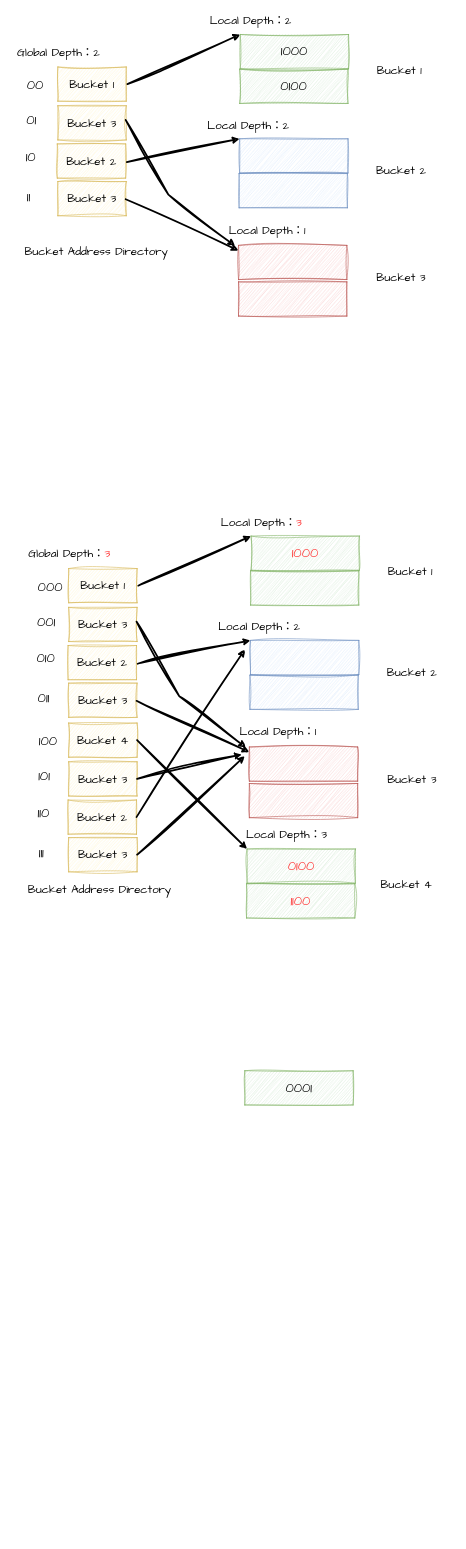
Above: blog.drawio in juruo-c/DrawIo (draw.io), before the change. Source tidied: cells renumbered, new cells numbered last; positions are measured from the earlier drawing's top-left corner, leaving out a move shared by most shapes. Both pictures are drawn from the tidied source at 57%, with x=0, y=0 at pixel (10, 10).
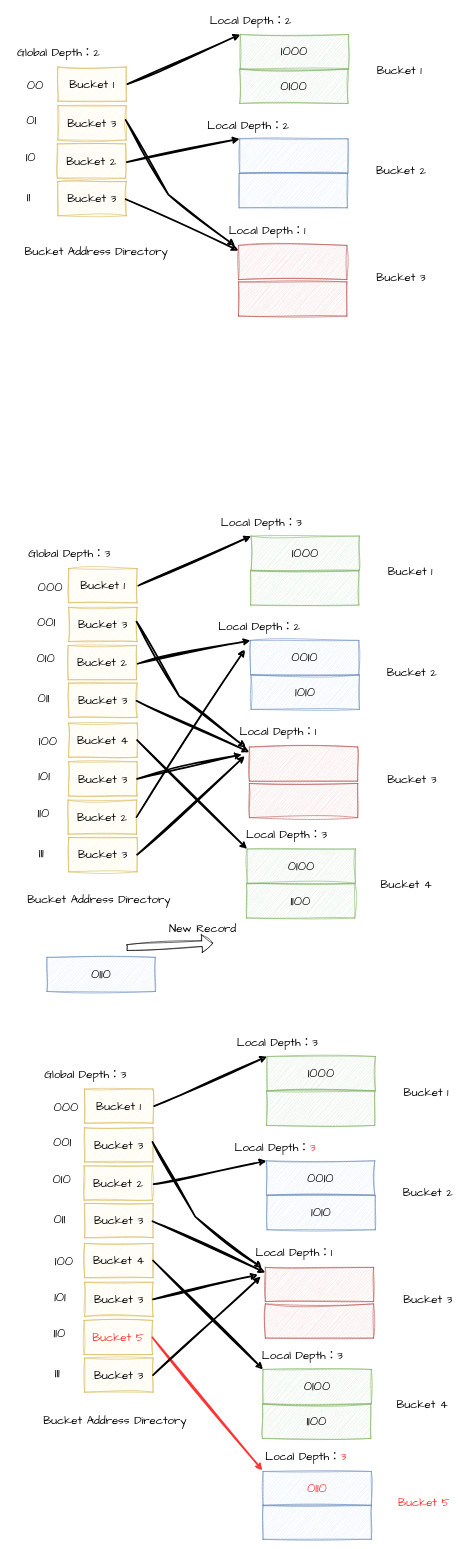
After the change.

The edit, as a diff of the source:
```diff
@@
-    <mxCell id="6" value="&lt;span style=&quot;font-size: 23px;&quot;&gt;&lt;font color=&quot;#ff3333&quot;&gt;1000&lt;/font&gt;&lt;/span&gt;" style="rounded=0;whiteSpace=wrap;html=1;sketch=1;curveFitting=1;jiggle=2;fontFamily=Comic Sans MS;fillColor=#d5e8d4;strokeColor=#82b366;" parent="1" vertex="1">
+    <mxCell id="6" value="&lt;span style=&quot;font-size: 23px;&quot;&gt;1000&lt;/span&gt;" style="rounded=0;whiteSpace=wrap;html=1;sketch=1;curveFitting=1;jiggle=2;fontFamily=Comic Sans MS;fillColor=#d5e8d4;strokeColor=#82b366;" parent="1" vertex="1">
       <mxGeometry x="423" y="923" width="190" height="60" as="geometry" />
     </mxCell>
@@
-    <mxCell id="9" style="rounded=0;whiteSpace=wrap;html=1;sketch=1;curveFitting=1;jiggle=2;fontFamily=Comic Sans MS;fillColor=#dae8fc;strokeColor=#6c8ebf;" parent="1" vertex="1">
+    <mxCell id="9" value="&lt;font style=&quot;font-size: 23px;&quot;&gt;0010&lt;/font&gt;" style="rounded=0;whiteSpace=wrap;html=1;sketch=1;curveFitting=1;jiggle=2;fontFamily=Comic Sans MS;fillColor=#dae8fc;strokeColor=#6c8ebf;fontSize=23;" parent="1" vertex="1">
       <mxGeometry x="422" y="1106" width="190" height="60" as="geometry" />
     </mxCell>
-    <mxCell id="10" style="rounded=0;whiteSpace=wrap;html=1;sketch=1;curveFitting=1;jiggle=2;fontFamily=Comic Sans MS;fillColor=#dae8fc;strokeColor=#6c8ebf;" parent="1" vertex="1">
-      <mxGeometry x="421" y="1167" width="190" height="60" as="geometry" />
+    <mxCell id="10" value="1010" style="rounded=0;whiteSpace=wrap;html=1;sketch=1;curveFitting=1;jiggle=2;fontFamily=Comic Sans MS;fillColor=#dae8fc;strokeColor=#6c8ebf;fontSize=23;" parent="1" vertex="1">
+      <mxGeometry x="423" y="1167" width="190" height="60" as="geometry" />
     </mxCell>
-    <mxCell id="11" value="&lt;font style=&quot;font-size: 20px;&quot;&gt;Global Depth：&lt;font color=&quot;#ff3333&quot;&gt;3&lt;/font&gt;&lt;/font&gt;" style="text;html=1;align=center;verticalAlign=middle;strokeColor=none;fillColor=none;fontFamily=Comic Sans MS;" parent="1" vertex="1">
+    <mxCell id="11" value="&lt;font style=&quot;font-size: 20px;&quot;&gt;Global Depth：3&lt;/font&gt;" style="text;html=1;align=center;verticalAlign=middle;strokeColor=none;fillColor=none;fontFamily=Comic Sans MS;" parent="1" vertex="1">
       <mxGeometry x="19" y="936" width="170" height="36" as="geometry" />
     </mxCell>
@@
-    <mxCell id="13" value="&lt;font style=&quot;font-size: 20px;&quot;&gt;Local Depth：&lt;font color=&quot;#ff3333&quot;&gt;3&lt;/font&gt;&lt;/font&gt;" style="text;html=1;align=center;verticalAlign=middle;strokeColor=none;fillColor=none;fontFamily=Comic Sans MS;" parent="1" vertex="1">
+    <mxCell id="13" value="&lt;font style=&quot;font-size: 20px;&quot;&gt;Local Depth：3&lt;/font&gt;" style="text;html=1;align=center;verticalAlign=middle;strokeColor=none;fillColor=none;fontFamily=Comic Sans MS;" parent="1" vertex="1">
       <mxGeometry x="360" y="880" width="161" height="36" as="geometry" />
     </mxCell>
@@
     <mxCell id="23" value="&lt;font style=&quot;font-size: 20px;&quot;&gt;Bucket Address Directory&lt;/font&gt;" style="text;html=1;align=center;verticalAlign=middle;strokeColor=none;fillColor=none;fontFamily=Comic Sans MS;" parent="1" vertex="1">
-      <mxGeometry x="25" y="1525" width="263" height="36" as="geometry" />
+      <mxGeometry x="24" y="1543" width="263" height="36" as="geometry" />
     </mxCell>
@@
-    <mxCell id="28" value="&lt;font&gt;&lt;span style=&quot;font-size: 23px;&quot;&gt;0001&lt;/span&gt;&lt;/font&gt;" style="rounded=0;whiteSpace=wrap;html=1;sketch=1;curveFitting=1;jiggle=2;fontFamily=Comic Sans MS;fillColor=#d5e8d4;strokeColor=#82b366;" parent="1" vertex="1">
-      <mxGeometry x="412" y="1861" width="190" height="60" as="geometry" />
-    </mxCell>
@@
-    <mxCell id="37" value="&lt;font color=&quot;#ff3333&quot;&gt;0100&lt;/font&gt;" style="rounded=0;whiteSpace=wrap;html=1;sketch=1;curveFitting=1;jiggle=2;fontFamily=Comic Sans MS;fillColor=#d5e8d4;strokeColor=#82b366;fontSize=23;" parent="1" vertex="1">
+    <mxCell id="37" value="0100" style="rounded=0;whiteSpace=wrap;html=1;sketch=1;curveFitting=1;jiggle=2;fontFamily=Comic Sans MS;fillColor=#d5e8d4;strokeColor=#82b366;fontSize=23;" parent="1" vertex="1">
       <mxGeometry x="416" y="1472" width="190" height="60" as="geometry" />
     </mxCell>
-    <mxCell id="38" value="&lt;font color=&quot;#ff3333&quot;&gt;1100&lt;/font&gt;" style="rounded=0;whiteSpace=wrap;html=1;sketch=1;curveFitting=1;jiggle=2;fontFamily=Comic Sans MS;fillColor=#d5e8d4;strokeColor=#82b366;fontSize=23;" parent="1" vertex="1">
+    <mxCell id="38" value="1100" style="rounded=0;whiteSpace=wrap;html=1;sketch=1;curveFitting=1;jiggle=2;fontFamily=Comic Sans MS;fillColor=#d5e8d4;strokeColor=#82b366;fontSize=23;" parent="1" vertex="1">
       <mxGeometry x="415" y="1533" width="190" height="60" as="geometry" />
     </mxCell>
@@
+    <mxCell id="71" value="0110" style="rounded=0;whiteSpace=wrap;html=1;sketch=1;curveFitting=1;jiggle=2;fontFamily=Comic Sans MS;fillColor=#dae8fc;strokeColor=#6c8ebf;fontSize=23;" parent="1" vertex="1">
+      <mxGeometry x="65" y="1662" width="190" height="60" as="geometry" />
+    </mxCell>
+    <mxCell id="72" style="shape=flexArrow;endArrow=classic;html=1;rounded=0;sketch=1;curveFitting=1;jiggle=2;" parent="1" edge="1">
+      <mxGeometry relative="1" as="geometry">
+        <mxPoint x="205" y="1645" as="sourcePoint" />
+        <mxPoint x="356" y="1637" as="targetPoint" />
+      </mxGeometry>
+    </mxCell>
+    <mxCell id="73" value="&lt;font style=&quot;font-size: 20px;&quot;&gt;New Record&lt;/font&gt;" style="text;html=1;align=center;verticalAlign=middle;strokeColor=none;fillColor=none;fontFamily=Comic Sans MS;" parent="1" vertex="1">
+      <mxGeometry x="273" y="1593" width="130" height="36" as="geometry" />
+    </mxCell>
+    <mxCell id="74" value="Bucket 1" style="rounded=0;whiteSpace=wrap;html=1;sketch=1;curveFitting=1;jiggle=2;fontFamily=Comic Sans MS;fillColor=#fff2cc;strokeColor=#d6b656;fontSize=20;" parent="1" vertex="1">
+      <mxGeometry x="131" y="1893" width="120" height="60" as="geometry" />
+    </mxCell>
+    <mxCell id="75" value="Bucket 3" style="rounded=0;whiteSpace=wrap;html=1;sketch=1;curveFitting=1;jiggle=2;fontFamily=Comic Sans MS;fillColor=#fff2cc;strokeColor=#d6b656;fontSize=20;" parent="1" vertex="1">
+      <mxGeometry x="131" y="1961" width="120" height="60" as="geometry" />
+    </mxCell>
+    <mxCell id="76" value="Bucket 2" style="rounded=0;whiteSpace=wrap;html=1;sketch=1;curveFitting=1;jiggle=2;fontFamily=Comic Sans MS;fillColor=#fff2cc;strokeColor=#d6b656;fontSize=20;" parent="1" vertex="1">
+      <mxGeometry x="130" y="2028" width="120" height="60" as="geometry" />
+    </mxCell>
+    <mxCell id="77" value="Bucket 3" style="rounded=0;whiteSpace=wrap;html=1;sketch=1;curveFitting=1;jiggle=2;fontFamily=Comic Sans MS;fillColor=#fff2cc;strokeColor=#d6b656;fontSize=20;" parent="1" vertex="1">
+      <mxGeometry x="131" y="2094" width="120" height="60" as="geometry" />
+    </mxCell>
+    <mxCell id="78" value="&lt;span style=&quot;font-size: 23px;&quot;&gt;1000&lt;/span&gt;" style="rounded=0;whiteSpace=wrap;html=1;sketch=1;curveFitting=1;jiggle=2;fontFamily=Comic Sans MS;fillColor=#d5e8d4;strokeColor=#82b366;" parent="1" vertex="1">
+      <mxGeometry x="451" y="1836" width="190" height="60" as="geometry" />
+    </mxCell>
+    <mxCell id="79" style="rounded=0;whiteSpace=wrap;html=1;sketch=1;curveFitting=1;jiggle=2;fontFamily=Comic Sans MS;fillColor=#f8cecc;strokeColor=#b85450;" parent="1" vertex="1">
+      <mxGeometry x="448" y="2206" width="190" height="60" as="geometry" />
+    </mxCell>
+    <mxCell id="80" style="rounded=0;whiteSpace=wrap;html=1;sketch=1;curveFitting=1;jiggle=2;fontFamily=Comic Sans MS;fillColor=#d5e8d4;strokeColor=#82b366;" parent="1" vertex="1">
+      <mxGeometry x="450" y="1897" width="190" height="60" as="geometry" />
+    </mxCell>
+    <mxCell id="81" value="&lt;font style=&quot;font-size: 23px;&quot;&gt;0010&lt;/font&gt;" style="rounded=0;whiteSpace=wrap;html=1;sketch=1;curveFitting=1;jiggle=2;fontFamily=Comic Sans MS;fillColor=#dae8fc;strokeColor=#6c8ebf;fontSize=23;" parent="1" vertex="1">
+      <mxGeometry x="450" y="2019" width="190" height="60" as="geometry" />
+    </mxCell>
+    <mxCell id="82" value="1010" style="rounded=0;whiteSpace=wrap;html=1;sketch=1;curveFitting=1;jiggle=2;fontFamily=Comic Sans MS;fillColor=#dae8fc;strokeColor=#6c8ebf;fontSize=23;" parent="1" vertex="1">
+      <mxGeometry x="451" y="2080" width="190" height="60" as="geometry" />
+    </mxCell>
+    <mxCell id="83" value="&lt;font style=&quot;font-size: 20px;&quot;&gt;Global Depth：3&lt;/font&gt;" style="text;html=1;align=center;verticalAlign=middle;strokeColor=none;fillColor=none;fontFamily=Comic Sans MS;" parent="1" vertex="1">
+      <mxGeometry x="47" y="1849" width="170" height="36" as="geometry" />
+    </mxCell>
+    <mxCell id="84" style="rounded=0;whiteSpace=wrap;html=1;sketch=1;curveFitting=1;jiggle=2;fontFamily=Comic Sans MS;fillColor=#f8cecc;strokeColor=#b85450;" parent="1" vertex="1">
+      <mxGeometry x="448" y="2270" width="190" height="60" as="geometry" />
+    </mxCell>
+    <mxCell id="85" value="&lt;font style=&quot;font-size: 20px;&quot;&gt;Local Depth：3&lt;/font&gt;" style="text;html=1;align=center;verticalAlign=middle;strokeColor=none;fillColor=none;fontFamily=Comic Sans MS;" parent="1" vertex="1">
+      <mxGeometry x="388" y="1793" width="161" height="36" as="geometry" />
+    </mxCell>
+    <mxCell id="86" value="&lt;font style=&quot;font-size: 20px;&quot;&gt;Local Depth：&lt;font color=&quot;#ff3333&quot;&gt;3&lt;/font&gt;&lt;/font&gt;" style="text;html=1;align=center;verticalAlign=middle;strokeColor=none;fillColor=none;fontFamily=Comic Sans MS;" parent="1" vertex="1">
+      <mxGeometry x="384" y="1977" width="161" height="36" as="geometry" />
+    </mxCell>
+    <mxCell id="87" value="&lt;font style=&quot;font-size: 20px;&quot;&gt;Local Depth：1&lt;/font&gt;" style="text;html=1;align=center;verticalAlign=middle;strokeColor=none;fillColor=none;fontFamily=Comic Sans MS;" parent="1" vertex="1">
+      <mxGeometry x="419" y="2161" width="158" height="36" as="geometry" />
+    </mxCell>
+    <mxCell id="88" style="endArrow=classic;html=1;rounded=0;sketch=1;curveFitting=1;jiggle=2;entryX=0;entryY=0;entryDx=0;entryDy=0;strokeWidth=3;" parent="1" edge="1" target="78">
+      <mxGeometry relative="1" as="geometry">
+        <mxPoint x="253" y="1923" as="sourcePoint" />
+      </mxGeometry>
+    </mxCell>
+    <mxCell id="89" style="endArrow=classic;html=1;rounded=0;sketch=1;curveFitting=1;jiggle=2;entryX=-0.032;entryY=0.017;entryDx=0;entryDy=0;strokeWidth=3;entryPerimeter=0;" parent="1" edge="1" target="79">
+      <mxGeometry relative="1" as="geometry">
+        <mxPoint x="250" y="1986" as="sourcePoint" />
+        <Array as="points">
+          <mxPoint x="325" y="2117" />
+        </Array>
+      </mxGeometry>
+    </mxCell>
+    <mxCell id="90" style="endArrow=classic;html=1;rounded=0;sketch=1;curveFitting=1;jiggle=2;entryX=0;entryY=0;entryDx=0;entryDy=0;strokeWidth=3;" parent="1" edge="1" target="81">
+      <mxGeometry relative="1" as="geometry">
+        <mxPoint x="252" y="2060" as="sourcePoint" />
+      </mxGeometry>
+    </mxCell>
+    <mxCell id="91" style="endArrow=classic;html=1;rounded=0;sketch=1;curveFitting=1;jiggle=2;strokeWidth=3;entryX=0;entryY=0.15;entryDx=0;entryDy=0;entryPerimeter=0;" parent="1" edge="1" target="79">
+      <mxGeometry relative="1" as="geometry">
+        <mxPoint x="250" y="2125" as="sourcePoint" />
+      </mxGeometry>
+    </mxCell>
+    <mxCell id="92" value="&lt;font style=&quot;font-size: 20px;&quot;&gt;Bucket 1&lt;/font&gt;" style="text;html=1;align=center;verticalAlign=middle;strokeColor=none;fillColor=none;fontFamily=Comic Sans MS;" parent="1" vertex="1">
+      <mxGeometry x="681" y="1880" width="97" height="36" as="geometry" />
+    </mxCell>
+    <mxCell id="93" value="&lt;font style=&quot;font-size: 20px;&quot;&gt;Bucket 2&lt;/font&gt;" style="text;html=1;align=center;verticalAlign=middle;strokeColor=none;fillColor=none;fontFamily=Comic Sans MS;" parent="1" vertex="1">
+      <mxGeometry x="682" y="2057" width="101" height="36" as="geometry" />
+    </mxCell>
+    <mxCell id="94" value="&lt;font style=&quot;font-size: 20px;&quot;&gt;Bucket 3&lt;/font&gt;" style="text;html=1;align=center;verticalAlign=middle;strokeColor=none;fillColor=none;fontFamily=Comic Sans MS;" parent="1" vertex="1">
+      <mxGeometry x="682" y="2244" width="101" height="36" as="geometry" />
+    </mxCell>
+    <mxCell id="95" value="&lt;font style=&quot;font-size: 20px;&quot;&gt;Bucket Address Directory&lt;/font&gt;" style="text;html=1;align=center;verticalAlign=middle;strokeColor=none;fillColor=none;fontFamily=Comic Sans MS;" parent="1" vertex="1">
+      <mxGeometry x="52" y="2456" width="263" height="36" as="geometry" />
+    </mxCell>
+    <mxCell id="96" value="&lt;span style=&quot;color: rgb(0, 0, 0); font-family: &amp;quot;Comic Sans MS&amp;quot;; font-size: 23px; font-style: normal; font-variant-ligatures: normal; font-variant-caps: normal; font-weight: 400; letter-spacing: normal; orphans: 2; text-align: center; text-indent: 0px; text-transform: none; widows: 2; word-spacing: 0px; -webkit-text-stroke-width: 0px; background-color: rgb(255, 255, 255); text-decoration-thickness: initial; text-decoration-style: initial; text-decoration-color: initial; float: none; display: inline !important;&quot;&gt;000&lt;/span&gt;" style="text;whiteSpace=wrap;html=1;" parent="1" vertex="1">
+      <mxGeometry x="75" y="1905" width="56" height="50" as="geometry" />
+    </mxCell>
+    <mxCell id="97" value="&lt;span style=&quot;color: rgb(0, 0, 0); font-family: &amp;quot;Comic Sans MS&amp;quot;; font-size: 23px; font-style: normal; font-variant-ligatures: normal; font-variant-caps: normal; font-weight: 400; letter-spacing: normal; orphans: 2; text-align: center; text-indent: 0px; text-transform: none; widows: 2; word-spacing: 0px; -webkit-text-stroke-width: 0px; background-color: rgb(255, 255, 255); text-decoration-thickness: initial; text-decoration-style: initial; text-decoration-color: initial; float: none; display: inline !important;&quot;&gt;001&lt;/span&gt;" style="text;whiteSpace=wrap;html=1;" parent="1" vertex="1">
+      <mxGeometry x="74" y="1967" width="52" height="50" as="geometry" />
+    </mxCell>
+    <mxCell id="98" value="&lt;span style=&quot;color: rgb(0, 0, 0); font-family: &amp;quot;Comic Sans MS&amp;quot;; font-size: 23px; font-style: normal; font-variant-ligatures: normal; font-variant-caps: normal; font-weight: 400; letter-spacing: normal; orphans: 2; text-align: center; text-indent: 0px; text-transform: none; widows: 2; word-spacing: 0px; -webkit-text-stroke-width: 0px; background-color: rgb(255, 255, 255); text-decoration-thickness: initial; text-decoration-style: initial; text-decoration-color: initial; float: none; display: inline !important;&quot;&gt;010&lt;/span&gt;" style="text;whiteSpace=wrap;html=1;" parent="1" vertex="1">
+      <mxGeometry x="73" y="2031" width="52" height="50" as="geometry" />
+    </mxCell>
+    <mxCell id="99" value="&lt;span style=&quot;color: rgb(0, 0, 0); font-family: &amp;quot;Comic Sans MS&amp;quot;; font-size: 23px; font-style: normal; font-variant-ligatures: normal; font-variant-caps: normal; font-weight: 400; letter-spacing: normal; orphans: 2; text-align: center; text-indent: 0px; text-transform: none; widows: 2; word-spacing: 0px; -webkit-text-stroke-width: 0px; background-color: rgb(255, 255, 255); text-decoration-thickness: initial; text-decoration-style: initial; text-decoration-color: initial; float: none; display: inline !important;&quot;&gt;011&lt;/span&gt;" style="text;whiteSpace=wrap;html=1;" parent="1" vertex="1">
+      <mxGeometry x="75" y="2101" width="49" height="50" as="geometry" />
+    </mxCell>
+    <mxCell id="100" value="Bucket 4" style="rounded=0;whiteSpace=wrap;html=1;sketch=1;curveFitting=1;jiggle=2;fontFamily=Comic Sans MS;fillColor=#fff2cc;strokeColor=#d6b656;fontSize=20;" parent="1" vertex="1">
+      <mxGeometry x="131" y="2164" width="120" height="60" as="geometry" />
+    </mxCell>
+    <mxCell id="101" value="Bucket 3" style="rounded=0;whiteSpace=wrap;html=1;sketch=1;curveFitting=1;jiggle=2;fontFamily=Comic Sans MS;fillColor=#fff2cc;strokeColor=#d6b656;fontSize=20;" parent="1" vertex="1">
+      <mxGeometry x="131" y="2232" width="120" height="60" as="geometry" />
+    </mxCell>
+    <mxCell id="102" value="&lt;font color=&quot;#ff3333&quot;&gt;Bucket 5&lt;/font&gt;" style="rounded=0;whiteSpace=wrap;html=1;sketch=1;curveFitting=1;jiggle=2;fontFamily=Comic Sans MS;fillColor=#fff2cc;strokeColor=#d6b656;fontSize=20;" parent="1" vertex="1">
+      <mxGeometry x="130" y="2299" width="120" height="60" as="geometry" />
+    </mxCell>
+    <mxCell id="103" value="Bucket 3" style="rounded=0;whiteSpace=wrap;html=1;sketch=1;curveFitting=1;jiggle=2;fontFamily=Comic Sans MS;fillColor=#fff2cc;strokeColor=#d6b656;fontSize=20;" parent="1" vertex="1">
+      <mxGeometry x="131" y="2365" width="120" height="60" as="geometry" />
+    </mxCell>
+    <mxCell id="104" value="&lt;span style=&quot;color: rgb(0, 0, 0); font-family: &amp;quot;Comic Sans MS&amp;quot;; font-size: 23px; font-style: normal; font-variant-ligatures: normal; font-variant-caps: normal; font-weight: 400; letter-spacing: normal; orphans: 2; text-align: center; text-indent: 0px; text-transform: none; widows: 2; word-spacing: 0px; -webkit-text-stroke-width: 0px; background-color: rgb(255, 255, 255); text-decoration-thickness: initial; text-decoration-style: initial; text-decoration-color: initial; float: none; display: inline !important;&quot;&gt;100&lt;/span&gt;" style="text;whiteSpace=wrap;html=1;" parent="1" vertex="1">
+      <mxGeometry x="77" y="2176" width="56" height="50" as="geometry" />
+    </mxCell>
+    <mxCell id="105" value="&lt;span style=&quot;color: rgb(0, 0, 0); font-family: &amp;quot;Comic Sans MS&amp;quot;; font-size: 23px; font-style: normal; font-variant-ligatures: normal; font-variant-caps: normal; font-weight: 400; letter-spacing: normal; orphans: 2; text-align: center; text-indent: 0px; text-transform: none; widows: 2; word-spacing: 0px; -webkit-text-stroke-width: 0px; background-color: rgb(255, 255, 255); text-decoration-thickness: initial; text-decoration-style: initial; text-decoration-color: initial; float: none; display: inline !important;&quot;&gt;101&lt;/span&gt;" style="text;whiteSpace=wrap;html=1;" parent="1" vertex="1">
+      <mxGeometry x="76" y="2238" width="52" height="50" as="geometry" />
+    </mxCell>
+    <mxCell id="106" value="&lt;span style=&quot;color: rgb(0, 0, 0); font-family: &amp;quot;Comic Sans MS&amp;quot;; font-size: 23px; font-style: normal; font-variant-ligatures: normal; font-variant-caps: normal; font-weight: 400; letter-spacing: normal; orphans: 2; text-align: center; text-indent: 0px; text-transform: none; widows: 2; word-spacing: 0px; -webkit-text-stroke-width: 0px; background-color: rgb(255, 255, 255); text-decoration-thickness: initial; text-decoration-style: initial; text-decoration-color: initial; float: none; display: inline !important;&quot;&gt;110&lt;/span&gt;" style="text;whiteSpace=wrap;html=1;" parent="1" vertex="1">
+      <mxGeometry x="75" y="2302" width="52" height="50" as="geometry" />
+    </mxCell>
+    <mxCell id="107" value="&lt;span style=&quot;color: rgb(0, 0, 0); font-family: &amp;quot;Comic Sans MS&amp;quot;; font-size: 23px; font-style: normal; font-variant-ligatures: normal; font-variant-caps: normal; font-weight: 400; letter-spacing: normal; orphans: 2; text-align: center; text-indent: 0px; text-transform: none; widows: 2; word-spacing: 0px; -webkit-text-stroke-width: 0px; background-color: rgb(255, 255, 255); text-decoration-thickness: initial; text-decoration-style: initial; text-decoration-color: initial; float: none; display: inline !important;&quot;&gt;111&lt;/span&gt;" style="text;whiteSpace=wrap;html=1;" parent="1" vertex="1">
+      <mxGeometry x="77" y="2372" width="49" height="50" as="geometry" />
+    </mxCell>
+    <mxCell id="108" value="0100" style="rounded=0;whiteSpace=wrap;html=1;sketch=1;curveFitting=1;jiggle=2;fontFamily=Comic Sans MS;fillColor=#d5e8d4;strokeColor=#82b366;fontSize=23;" parent="1" vertex="1">
+      <mxGeometry x="444" y="2385" width="190" height="60" as="geometry" />
+    </mxCell>
+    <mxCell id="109" value="1100" style="rounded=0;whiteSpace=wrap;html=1;sketch=1;curveFitting=1;jiggle=2;fontFamily=Comic Sans MS;fillColor=#d5e8d4;strokeColor=#82b366;fontSize=23;" parent="1" vertex="1">
+      <mxGeometry x="443" y="2446" width="190" height="60" as="geometry" />
+    </mxCell>
+    <mxCell id="110" value="&lt;font style=&quot;font-size: 20px;&quot;&gt;Local Depth：3&lt;/font&gt;" style="text;html=1;align=center;verticalAlign=middle;strokeColor=none;fillColor=none;fontFamily=Comic Sans MS;" parent="1" vertex="1">
+      <mxGeometry x="432" y="2342" width="161" height="36" as="geometry" />
+    </mxCell>
+    <mxCell id="111" value="&lt;font style=&quot;font-size: 20px;&quot;&gt;Bucket 4&lt;/font&gt;" style="text;html=1;align=center;verticalAlign=middle;strokeColor=none;fillColor=none;fontFamily=Comic Sans MS;" parent="1" vertex="1">
+      <mxGeometry x="672" y="2429" width="101" height="36" as="geometry" />
+    </mxCell>
+    <mxCell id="112" style="endArrow=classic;html=1;rounded=0;sketch=1;curveFitting=1;jiggle=2;strokeWidth=3;exitX=1;exitY=0.5;exitDx=0;exitDy=0;entryX=0;entryY=0;entryDx=0;entryDy=0;strokeColor=#FF3333;" parent="1" edge="1" source="102">
+      <mxGeometry relative="1" as="geometry">
+        <mxPoint x="443" y="2562" as="targetPoint" />
+      </mxGeometry>
+    </mxCell>
+    <mxCell id="113" style="endArrow=classic;html=1;rounded=0;sketch=1;curveFitting=1;jiggle=2;strokeWidth=3;exitX=1;exitY=0.5;exitDx=0;exitDy=0;" parent="1" edge="1" source="103">
+      <mxGeometry relative="1" as="geometry">
+        <mxPoint x="440" y="2222" as="targetPoint" />
+      </mxGeometry>
+    </mxCell>
+    <mxCell id="114" style="endArrow=classic;html=1;rounded=0;sketch=1;curveFitting=1;jiggle=2;strokeWidth=3;exitX=1;exitY=0.5;exitDx=0;exitDy=0;" parent="1" edge="1" source="101">
+      <mxGeometry relative="1" as="geometry">
+        <mxPoint x="435" y="2219" as="targetPoint" />
+      </mxGeometry>
+    </mxCell>
+    <mxCell id="115" style="endArrow=classic;html=1;rounded=0;sketch=1;curveFitting=1;jiggle=2;strokeWidth=3;entryX=0;entryY=0;entryDx=0;entryDy=0;exitX=1;exitY=0.5;exitDx=0;exitDy=0;" parent="1" edge="1" source="100" target="108">
+      <mxGeometry relative="1" as="geometry" />
+    </mxCell>
+    <mxCell id="116" style="rounded=0;whiteSpace=wrap;html=1;sketch=1;curveFitting=1;jiggle=2;fontFamily=Comic Sans MS;fillColor=#dae8fc;strokeColor=#6c8ebf;fontSize=23;" parent="1" vertex="1">
+      <mxGeometry x="444" y="2623" width="190" height="60" as="geometry" />
+    </mxCell>
+    <mxCell id="117" value="&lt;font style=&quot;font-size: 20px;&quot;&gt;Local Depth：&lt;font color=&quot;#ff3333&quot;&gt;3&lt;/font&gt;&lt;/font&gt;" style="text;html=1;align=center;verticalAlign=middle;strokeColor=none;fillColor=none;fontFamily=Comic Sans MS;" parent="1" vertex="1">
+      <mxGeometry x="438" y="2519" width="161" height="36" as="geometry" />
+    </mxCell>
+    <mxCell id="118" value="&lt;font color=&quot;#ff3333&quot; style=&quot;font-size: 20px;&quot;&gt;Bucket 5&lt;/font&gt;" style="text;html=1;align=center;verticalAlign=middle;strokeColor=none;fillColor=none;fontFamily=Comic Sans MS;" parent="1" vertex="1">
+      <mxGeometry x="675" y="2600" width="101" height="36" as="geometry" />
+    </mxCell>
+    <mxCell id="119" value="&lt;font color=&quot;#ff3333&quot;&gt;0110&lt;/font&gt;" style="rounded=0;whiteSpace=wrap;html=1;sketch=1;curveFitting=1;jiggle=2;fontFamily=Comic Sans MS;fillColor=#dae8fc;strokeColor=#6c8ebf;fontSize=23;" parent="1" vertex="1">
+      <mxGeometry x="444" y="2564" width="190" height="60" as="geometry" />
+    </mxCell>
```
